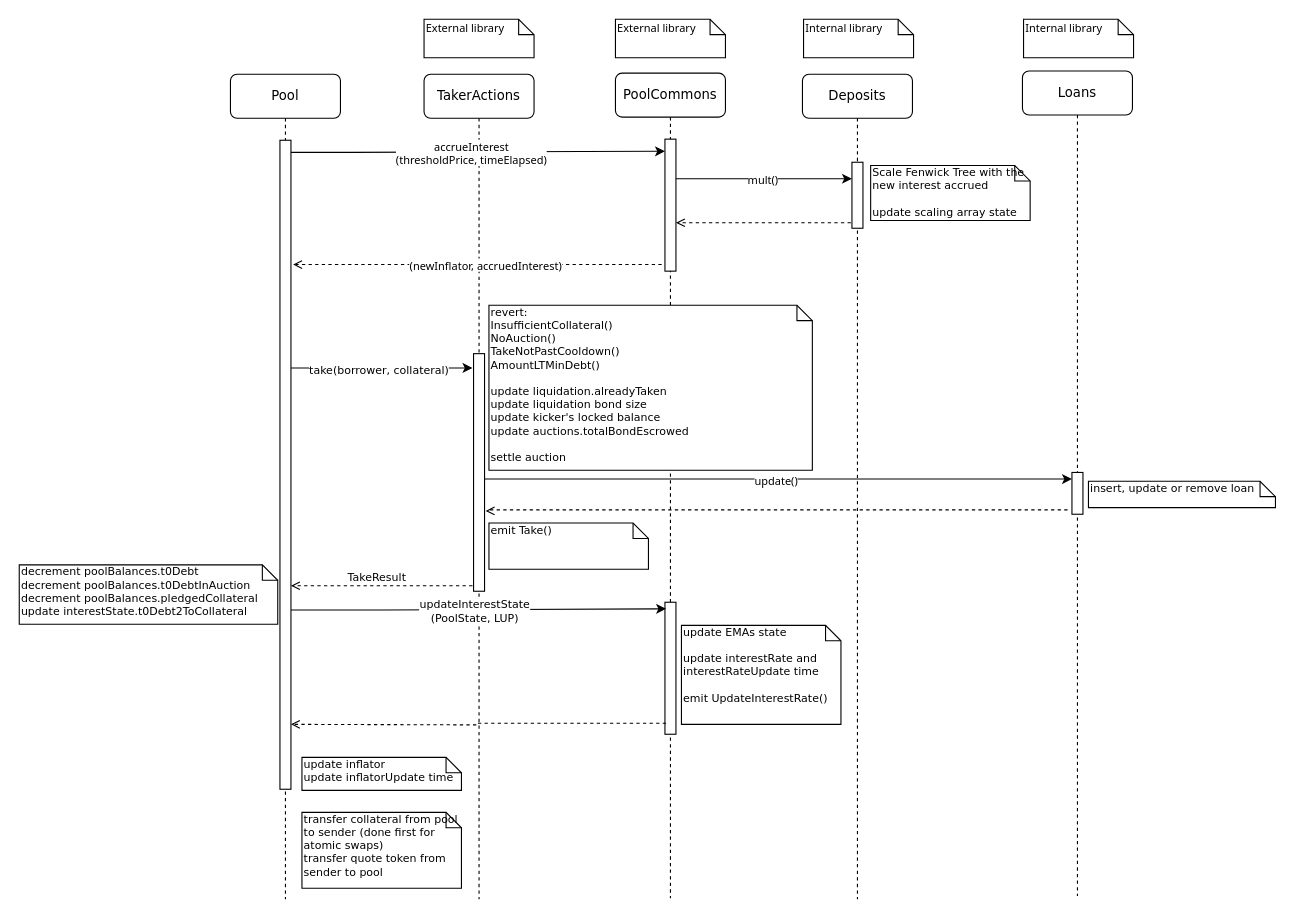
The draw.io diagram docs/drawio/take.drawio in ajna-finance/ajna-core, before the edit. Source tidied: cells renumbered, new cells numbered last; positions are measured from the earlier drawing's top-left corner, leaving out a move shared by most shapes. Both pictures are drawn from the tidied source at 110%, with x=0, y=0 at pixel (19, 19).
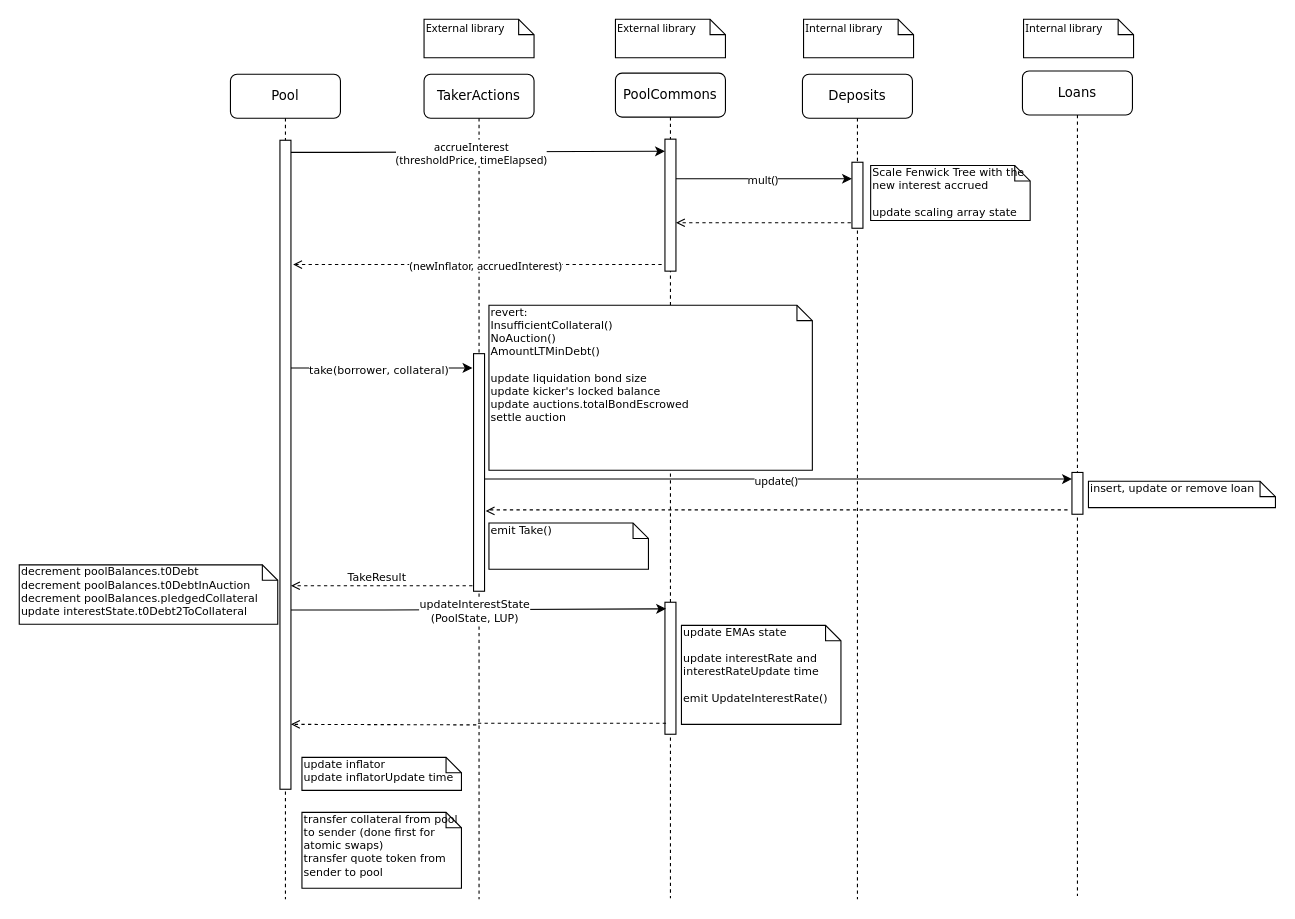
After the change.

Diff of the diagram source:
```diff
@@
-    <mxCell id="38" value="&lt;div&gt;revert:&lt;/div&gt;InsufficientCollateral()&lt;br&gt;NoAuction()&lt;br&gt;TakeNotPastCooldown()&lt;br&gt;AmountLTMinDebt()&lt;div&gt;&lt;br&gt;&lt;/div&gt;update liquidation.alreadyTaken&lt;br&gt;update liquidation bond size&lt;br&gt;update kicker's locked balance&lt;br&gt;&lt;div&gt;update auctions.totalBondEscrowed&lt;/div&gt;&lt;div&gt;&lt;br&gt;&lt;/div&gt;&lt;div&gt;settle auction&lt;br&gt;&lt;/div&gt;" style="shape=note;whiteSpace=wrap;html=1;size=14;verticalAlign=top;align=left;spacingTop=-6;rounded=0;shadow=0;comic=0;labelBackgroundColor=none;strokeWidth=1;fontFamily=Verdana;fontSize=10;" parent="1" vertex="1">
+    <mxCell id="38" value="&lt;div&gt;revert:&lt;/div&gt;InsufficientCollateral()&lt;br&gt;NoAuction()&lt;br&gt;AmountLTMinDebt()&lt;div&gt;&lt;br&gt;&lt;/div&gt;update liquidation bond size&lt;br&gt;update kicker's locked balance&lt;br&gt;&lt;div&gt;update auctions.totalBondEscrowed&lt;/div&gt;&lt;div&gt;settle auction&lt;br&gt;&lt;/div&gt;" style="shape=note;whiteSpace=wrap;html=1;size=14;verticalAlign=top;align=left;spacingTop=-6;rounded=0;shadow=0;comic=0;labelBackgroundColor=none;strokeWidth=1;fontFamily=Verdana;fontSize=10;" parent="1" vertex="1">
       <mxGeometry x="427" y="260" width="294" height="150" as="geometry" />
     </mxCell>
```
